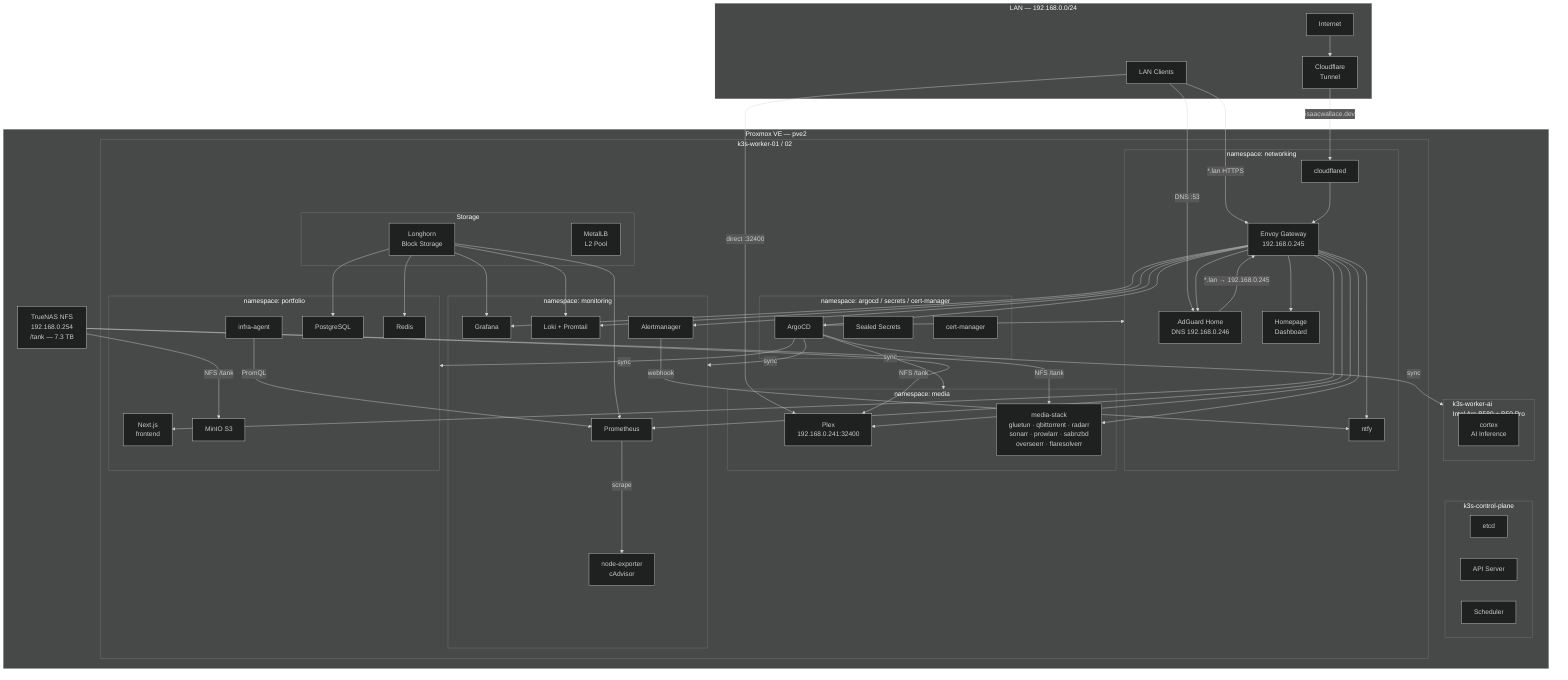
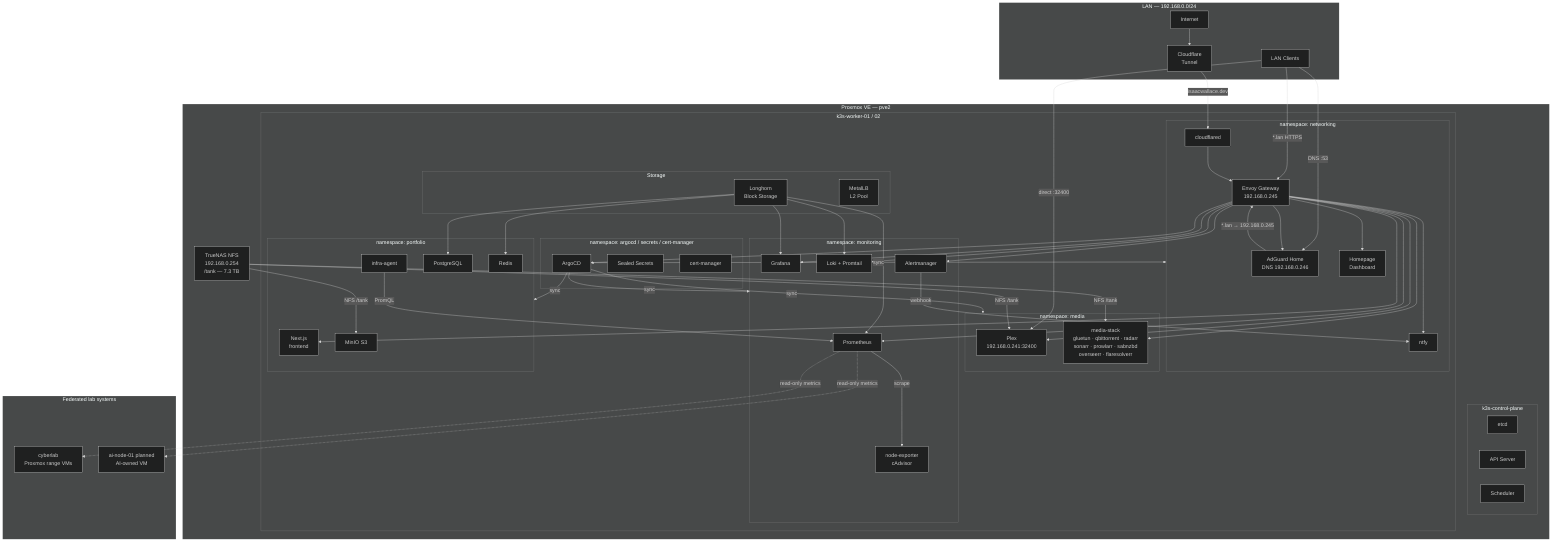
%%{ init: { "theme": "dark" } }%%
flowchart TB
    subgraph LAN["LAN — 192.168.0.0/24"]
        Client["LAN Clients"]
        Internet["Internet"]
        CF["Cloudflare\nTunnel"]
    end

    subgraph Proxmox["Proxmox VE — pve2"]
        TrueNAS["TrueNAS NFS\n192.168.0.254\n/tank — 7.3 TB"]

        subgraph CP["k3s-control-plane"]
            ETCD["etcd"]
            API["API Server"]
            Sched["Scheduler"]
-         end
- 
-         subgraph WorkerAI["k3s-worker-ai\nIntel Arc B580 + B50 Pro"]
-             Cortex["cortex\nAI Inference"]
        end

        subgraph Workers["k3s-worker-01 / 02"]
            subgraph ns_networking["namespace: networking"]
                EnvoyGW["Envoy Gateway\n192.168.0.245"]
                AdGuard["AdGuard Home\nDNS 192.168.0.246"]
                Homepage["Homepage\nDashboard"]
                Cloudflared["cloudflared"]
                ntfy["ntfy"]
            end

            subgraph ns_media["namespace: media"]
                Plex["Plex\n192.168.0.241:32400"]
                MediaStack["media-stack\ngluetun · qbittorrent · radarr\nsonarr · prowlarr · sabnzbd\noverseerr · flaresolverr"]
            end

            subgraph ns_monitoring["namespace: monitoring"]
                Prometheus["Prometheus"]
                Grafana["Grafana"]
                Loki["Loki + Promtail"]
                Alertmanager["Alertmanager"]
                NodeExp["node-exporter\ncAdvisor"]
            end

            subgraph ns_portfolio["namespace: portfolio"]
                Frontend["Next.js\nfrontend"]
                InfraAgent["infra-agent"]
                Postgres["PostgreSQL"]
                Redis["Redis"]
                MinIO["MinIO S3"]
            end

            subgraph ns_infra["namespace: argocd / secrets / cert-manager"]
                ArgoCD["ArgoCD"]
                SealedSecrets["Sealed Secrets"]
                CertMgr["cert-manager"]
            end

            subgraph storage["Storage"]
                Longhorn["Longhorn\nBlock Storage"]
                MetalLB["MetalLB\nL2 Pool"]
            end
        end
    end

+     subgraph FederatedLabs["Federated lab systems"]
+         Cyberlab["cyberlab\nProxmox range VMs"]
+         AINode["ai-node-01 planned\nAI-owned VM"]
+     end
+ 
    Client -->|"*.lan HTTPS"| EnvoyGW
    Client -->|"DNS :53"| AdGuard
    AdGuard -->|"*.lan → 192.168.0.245"| EnvoyGW
    Internet --> CF
    CF -->|"isaacwallace.dev"| Cloudflared
    Cloudflared --> EnvoyGW

    EnvoyGW --> Homepage
    EnvoyGW --> AdGuard
    EnvoyGW --> ntfy
    EnvoyGW --> ArgoCD
    EnvoyGW --> Grafana
    EnvoyGW --> Prometheus
    EnvoyGW --> Alertmanager
    EnvoyGW --> Loki
    EnvoyGW --> Plex
    EnvoyGW --> MediaStack
    EnvoyGW --> Frontend
    Client -->|"direct :32400"| Plex

    InfraAgent -->|"PromQL"| Prometheus
    Alertmanager -->|"webhook"| ntfy
    Prometheus -->|"scrape"| NodeExp
+     Prometheus -.->|"read-only metrics"| Cyberlab
+     Prometheus -.->|"read-only metrics"| AINode

    Longhorn --> Prometheus
    Longhorn --> Grafana
    Longhorn --> Loki
    Longhorn --> Postgres
    Longhorn --> Redis

    TrueNAS -->|"NFS /tank"| MediaStack
    TrueNAS -->|"NFS /tank"| Plex
    TrueNAS -->|"NFS /tank"| MinIO

    ArgoCD -->|"sync"| ns_networking
    ArgoCD -->|"sync"| ns_media
    ArgoCD -->|"sync"| ns_monitoring
    ArgoCD -->|"sync"| ns_portfolio
-     ArgoCD -->|"sync"| WorkerAI
